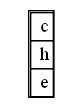
This is build/classes/Imagenes/Cola4.png from oscarc99/EDD_DIC_2019_PY2_201709140-, a Graphviz export, as it was before one commit. Its source is kept beside it as build/classes/Imagenes/Cola4.dot.
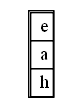
After the commit.

What changed in the source:
```diff
@@ -1,10 +1,10 @@
 digraph G {
   node [shape = name];
   2[label=  <<table border= "1 " cellspacing= " 0 "><tr>
-<td> c</td> </tr>
+<td> e</td> </tr>
+<tr>
+<td> a</td> </tr>
 <tr>
 <td> h</td> </tr>
-<tr>
-<td> e</td> </tr>
 </table>>  shape = none ];
  }
```
